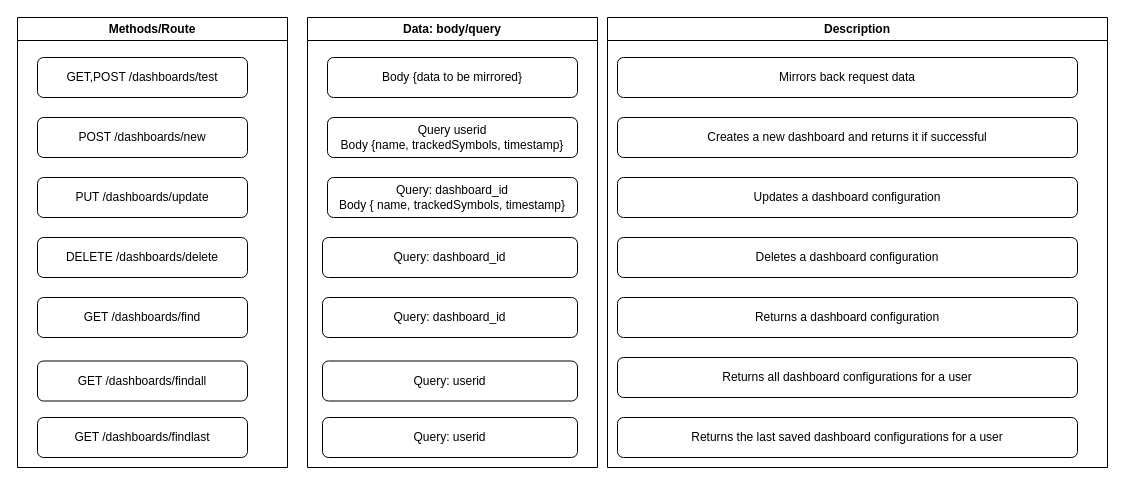
sergiunagy/findashboard keeps this draw.io diagram as page "BackendDashboardsApi" (4 of 5) of design/swa.drawio. Above is the earlier version. Source tidied: cells renumbered, new cells numbered last; positions are measured from the earlier drawing's top-left corner, leaving out a move shared by most shapes. Both pictures are drawn from the tidied source at 100%, with x=0, y=0 at pixel (17, 17).
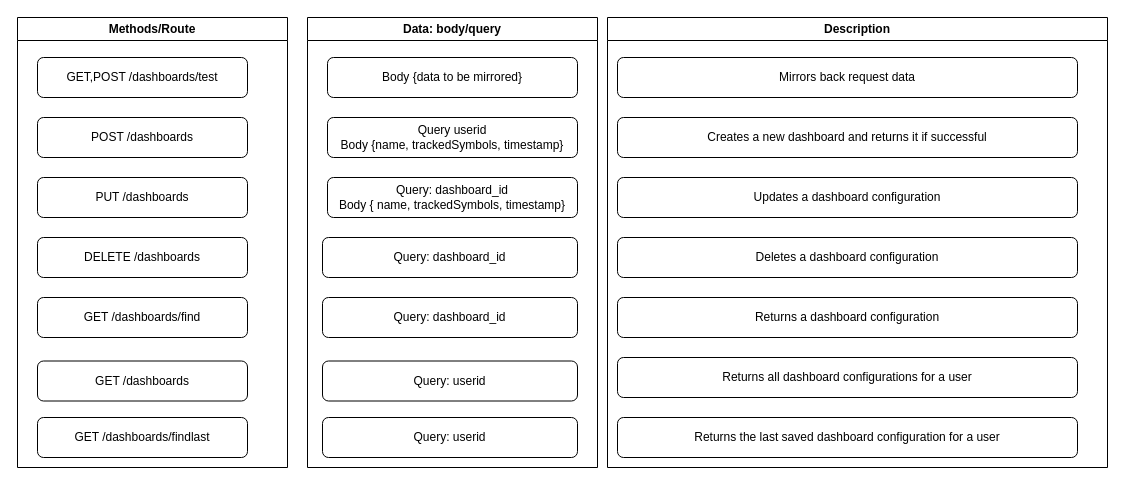
Above is the later version.

Commit message (it also covers changes not shown here):
FIN-50: Initial setup script and diagrams

Unchanged cells that the change refers to:
```xml
<mxCell id="2" value="Methods/Route" style="swimlane;whiteSpace=wrap;html=1;" parent="1" vertex="1">
  <mxGeometry width="270" height="450" as="geometry" />
</mxCell>
<mxCell id="18" value="Description" style="swimlane;whiteSpace=wrap;html=1;" parent="1" vertex="1">
  <mxGeometry x="590" width="500" height="450" as="geometry" />
</mxCell>
```

What changed in the source:
```diff
@@
-    <mxCell id="4" value="POST /dashboards/new" style="rounded=1;whiteSpace=wrap;html=1;" parent="2" vertex="1">
+    <mxCell id="4" value="POST /dashboards" style="rounded=1;whiteSpace=wrap;html=1;" parent="2" vertex="1">
       <mxGeometry x="20" y="100" width="210" height="40" as="geometry" />
     </mxCell>
-    <mxCell id="5" value="PUT /dashboards/update" style="rounded=1;whiteSpace=wrap;html=1;" parent="2" vertex="1">
+    <mxCell id="5" value="PUT /dashboards" style="rounded=1;whiteSpace=wrap;html=1;" parent="2" vertex="1">
       <mxGeometry x="20" y="160" width="210" height="40" as="geometry" />
     </mxCell>
-    <mxCell id="6" value="DELETE /dashboards/delete" style="rounded=1;whiteSpace=wrap;html=1;" parent="2" vertex="1">
+    <mxCell id="6" value="DELETE /dashboards" style="rounded=1;whiteSpace=wrap;html=1;" parent="2" vertex="1">
       <mxGeometry x="20" y="220" width="210" height="40" as="geometry" />
     </mxCell>
@@
-    <mxCell id="8" value="GET /dashboards/findall" style="rounded=1;whiteSpace=wrap;html=1;" parent="2" vertex="1">
+    <mxCell id="8" value="GET /dashboards" style="rounded=1;whiteSpace=wrap;html=1;" parent="2" vertex="1">
       <mxGeometry x="20" y="343.5" width="210" height="40" as="geometry" />
     </mxCell>
@@
-    <mxCell id="25" value="Returns the last saved dashboard configurations for a user" style="rounded=1;whiteSpace=wrap;html=1;" parent="18" vertex="1">
+    <mxCell id="25" value="Returns the last saved dashboard configuration for a user" style="rounded=1;whiteSpace=wrap;html=1;" parent="18" vertex="1">
       <mxGeometry x="10" y="400" width="460" height="40" as="geometry" />
     </mxCell>
```
